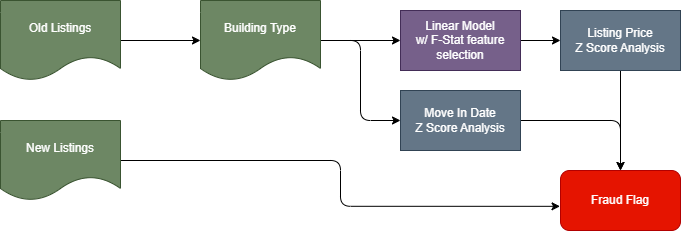
TheAdaptoid/2024-Ai4Good-Submission keeps this draw.io diagram as Utils/Process.png. Above is the earlier version. Source tidied: cells renumbered, new cells last; positions are measured from the earlier drawing's top-left corner, leaving out a move shared by most shapes. Its diagram source:
```xml
<mxGraphModel>
  <root>
    <mxCell id="0" />
    <mxCell id="1" parent="0" />
    <mxCell id="2" style="edgeStyle=orthogonalEdgeStyle;html=1;" parent="1" edge="1" source="3" target="6">
      <mxGeometry relative="1" as="geometry" />
    </mxCell>
    <mxCell id="3" value="Old Listings" style="shape=document;whiteSpace=wrap;html=1;boundedLbl=1;fillColor=#6d8764;strokeColor=#3A5431;fontColor=#ffffff;" parent="1" vertex="1">
      <mxGeometry width="120" height="80" as="geometry" />
    </mxCell>
    <mxCell id="4" style="edgeStyle=orthogonalEdgeStyle;html=1;entryX=0;entryY=0.5;entryDx=0;entryDy=0;" parent="1" edge="1" source="6" target="8">
      <mxGeometry relative="1" as="geometry" />
    </mxCell>
    <mxCell id="5" style="edgeStyle=orthogonalEdgeStyle;html=1;entryX=0;entryY=0.5;entryDx=0;entryDy=0;exitX=1;exitY=0.5;exitDx=0;exitDy=0;" parent="1" edge="1" source="6" target="12">
      <mxGeometry relative="1" as="geometry" />
    </mxCell>
    <mxCell id="6" value="Building Type" style="shape=document;whiteSpace=wrap;html=1;boundedLbl=1;fillColor=#6d8764;strokeColor=#3A5431;fontColor=#ffffff;" parent="1" vertex="1">
      <mxGeometry x="200" width="120" height="80" as="geometry" />
    </mxCell>
    <mxCell id="7" style="edgeStyle=orthogonalEdgeStyle;html=1;" parent="1" edge="1" source="8" target="10">
      <mxGeometry relative="1" as="geometry" />
    </mxCell>
    <mxCell id="8" value="Linear Model&lt;br&gt;w/ F-Stat feature selection" style="rounded=0;whiteSpace=wrap;html=1;fillColor=#76608a;fontColor=#ffffff;strokeColor=#432D57;" parent="1" vertex="1">
      <mxGeometry x="400" y="10" width="120" height="60" as="geometry" />
    </mxCell>
    <mxCell id="9" style="edgeStyle=orthogonalEdgeStyle;html=1;" parent="1" edge="1" source="10" target="13">
      <mxGeometry relative="1" as="geometry" />
    </mxCell>
    <mxCell id="10" value="Listing Price&lt;br&gt;Z Score Analysis" style="whiteSpace=wrap;html=1;rounded=0;fillColor=#647687;fontColor=#ffffff;strokeColor=#314354;" parent="1" vertex="1">
      <mxGeometry x="560" y="10" width="120" height="60" as="geometry" />
    </mxCell>
    <mxCell id="11" style="edgeStyle=orthogonalEdgeStyle;html=1;entryX=0.5;entryY=0;entryDx=0;entryDy=0;exitX=1;exitY=0.5;exitDx=0;exitDy=0;" parent="1" edge="1" source="12" target="13">
      <mxGeometry relative="1" as="geometry" />
    </mxCell>
    <mxCell id="12" value="Move In Date&lt;br&gt;Z Score Analysis" style="whiteSpace=wrap;html=1;fillColor=#647687;fontColor=#ffffff;strokeColor=#314354;" parent="1" vertex="1">
      <mxGeometry x="400" y="90" width="120" height="60" as="geometry" />
    </mxCell>
    <mxCell id="13" value="Fraud Flag" style="rounded=1;whiteSpace=wrap;html=1;fillColor=#e51400;fontColor=#ffffff;strokeColor=#B20000;" parent="1" vertex="1">
      <mxGeometry x="560" y="170" width="120" height="60" as="geometry" />
    </mxCell>
    <mxCell id="14" style="edgeStyle=orthogonalEdgeStyle;html=1;entryX=-0.004;entryY=0.597;entryDx=0;entryDy=0;entryPerimeter=0;" parent="1" edge="1" source="15" target="13">
      <mxGeometry relative="1" as="geometry" />
    </mxCell>
    <mxCell id="15" value="New Listings" style="shape=document;whiteSpace=wrap;html=1;boundedLbl=1;fillColor=#6d8764;strokeColor=#3A5431;fontColor=#ffffff;" parent="1" vertex="1">
      <mxGeometry y="120" width="120" height="80" as="geometry" />
    </mxCell>
  </root>
</mxGraphModel>
```
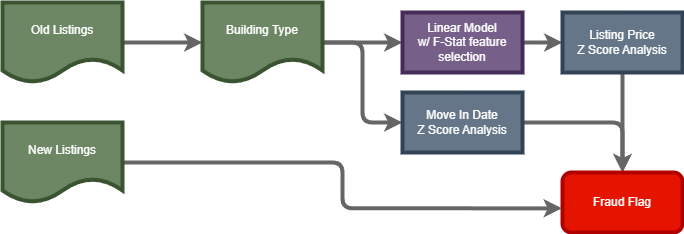
After the change.

Diff of the diagram source:
```diff
@@ -2,46 +2,46 @@
   <root>
     <mxCell id="0" />
     <mxCell id="1" parent="0" />
-    <mxCell id="2" style="edgeStyle=orthogonalEdgeStyle;html=1;" parent="1" edge="1" source="3" target="6">
+    <mxCell id="2" style="edgeStyle=orthogonalEdgeStyle;html=1;strokeWidth=4;fillColor=#f5f5f5;strokeColor=#666666;" parent="1" edge="1" source="3" target="6">
       <mxGeometry relative="1" as="geometry" />
     </mxCell>
-    <mxCell id="3" value="Old Listings" style="shape=document;whiteSpace=wrap;html=1;boundedLbl=1;fillColor=#6d8764;strokeColor=#3A5431;fontColor=#ffffff;" parent="1" vertex="1">
+    <mxCell id="3" value="Old Listings" style="shape=document;whiteSpace=wrap;html=1;boundedLbl=1;fillColor=#6d8764;strokeColor=#3A5431;fontColor=#ffffff;strokeWidth=4;" parent="1" vertex="1">
       <mxGeometry width="120" height="80" as="geometry" />
     </mxCell>
-    <mxCell id="4" style="edgeStyle=orthogonalEdgeStyle;html=1;entryX=0;entryY=0.5;entryDx=0;entryDy=0;" parent="1" edge="1" source="6" target="8">
+    <mxCell id="4" style="edgeStyle=orthogonalEdgeStyle;html=1;entryX=0;entryY=0.5;entryDx=0;entryDy=0;strokeWidth=4;fillColor=#f5f5f5;strokeColor=#666666;" parent="1" edge="1" source="6" target="8">
       <mxGeometry relative="1" as="geometry" />
     </mxCell>
-    <mxCell id="5" style="edgeStyle=orthogonalEdgeStyle;html=1;entryX=0;entryY=0.5;entryDx=0;entryDy=0;exitX=1;exitY=0.5;exitDx=0;exitDy=0;" parent="1" edge="1" source="6" target="12">
+    <mxCell id="5" style="edgeStyle=orthogonalEdgeStyle;html=1;entryX=0;entryY=0.5;entryDx=0;entryDy=0;exitX=1;exitY=0.5;exitDx=0;exitDy=0;strokeWidth=4;fillColor=#f5f5f5;strokeColor=#666666;" parent="1" edge="1" source="6" target="12">
       <mxGeometry relative="1" as="geometry" />
     </mxCell>
-    <mxCell id="6" value="Building Type" style="shape=document;whiteSpace=wrap;html=1;boundedLbl=1;fillColor=#6d8764;strokeColor=#3A5431;fontColor=#ffffff;" parent="1" vertex="1">
+    <mxCell id="6" value="Building Type" style="shape=document;whiteSpace=wrap;html=1;boundedLbl=1;fillColor=#6d8764;strokeColor=#3A5431;fontColor=#ffffff;strokeWidth=4;" parent="1" vertex="1">
       <mxGeometry x="200" width="120" height="80" as="geometry" />
     </mxCell>
-    <mxCell id="7" style="edgeStyle=orthogonalEdgeStyle;html=1;" parent="1" edge="1" source="8" target="10">
+    <mxCell id="7" style="edgeStyle=orthogonalEdgeStyle;html=1;strokeWidth=4;fillColor=#f5f5f5;strokeColor=#666666;" parent="1" edge="1" source="8" target="10">
       <mxGeometry relative="1" as="geometry" />
     </mxCell>
-    <mxCell id="8" value="Linear Model&lt;br&gt;w/ F-Stat feature selection" style="rounded=0;whiteSpace=wrap;html=1;fillColor=#76608a;fontColor=#ffffff;strokeColor=#432D57;" parent="1" vertex="1">
+    <mxCell id="8" value="Linear Model&lt;br&gt;w/ F-Stat feature selection" style="rounded=0;whiteSpace=wrap;html=1;fillColor=#76608a;fontColor=#ffffff;strokeColor=#432D57;strokeWidth=4;" parent="1" vertex="1">
       <mxGeometry x="400" y="10" width="120" height="60" as="geometry" />
     </mxCell>
-    <mxCell id="9" style="edgeStyle=orthogonalEdgeStyle;html=1;" parent="1" edge="1" source="10" target="13">
+    <mxCell id="9" style="edgeStyle=orthogonalEdgeStyle;html=1;strokeWidth=4;fillColor=#f5f5f5;strokeColor=#666666;" parent="1" edge="1" source="10" target="13">
       <mxGeometry relative="1" as="geometry" />
     </mxCell>
-    <mxCell id="10" value="Listing Price&lt;br&gt;Z Score Analysis" style="whiteSpace=wrap;html=1;rounded=0;fillColor=#647687;fontColor=#ffffff;strokeColor=#314354;" parent="1" vertex="1">
+    <mxCell id="10" value="Listing Price&lt;br&gt;Z Score Analysis" style="whiteSpace=wrap;html=1;rounded=0;fillColor=#647687;fontColor=#ffffff;strokeColor=#314354;strokeWidth=4;" parent="1" vertex="1">
       <mxGeometry x="560" y="10" width="120" height="60" as="geometry" />
     </mxCell>
-    <mxCell id="11" style="edgeStyle=orthogonalEdgeStyle;html=1;entryX=0.5;entryY=0;entryDx=0;entryDy=0;exitX=1;exitY=0.5;exitDx=0;exitDy=0;" parent="1" edge="1" source="12" target="13">
+    <mxCell id="11" style="edgeStyle=orthogonalEdgeStyle;html=1;entryX=0.5;entryY=0;entryDx=0;entryDy=0;exitX=1;exitY=0.5;exitDx=0;exitDy=0;strokeWidth=4;fillColor=#f5f5f5;strokeColor=#666666;" parent="1" edge="1" source="12" target="13">
       <mxGeometry relative="1" as="geometry" />
     </mxCell>
-    <mxCell id="12" value="Move In Date&lt;br&gt;Z Score Analysis" style="whiteSpace=wrap;html=1;fillColor=#647687;fontColor=#ffffff;strokeColor=#314354;" parent="1" vertex="1">
+    <mxCell id="12" value="Move In Date&lt;br&gt;Z Score Analysis" style="whiteSpace=wrap;html=1;fillColor=#647687;fontColor=#ffffff;strokeColor=#314354;strokeWidth=4;" parent="1" vertex="1">
       <mxGeometry x="400" y="90" width="120" height="60" as="geometry" />
     </mxCell>
-    <mxCell id="13" value="Fraud Flag" style="rounded=1;whiteSpace=wrap;html=1;fillColor=#e51400;fontColor=#ffffff;strokeColor=#B20000;" parent="1" vertex="1">
+    <mxCell id="13" value="Fraud Flag" style="rounded=1;whiteSpace=wrap;html=1;fillColor=#e51400;fontColor=#ffffff;strokeColor=#B20000;strokeWidth=4;" parent="1" vertex="1">
       <mxGeometry x="560" y="170" width="120" height="60" as="geometry" />
     </mxCell>
-    <mxCell id="14" style="edgeStyle=orthogonalEdgeStyle;html=1;entryX=-0.004;entryY=0.597;entryDx=0;entryDy=0;entryPerimeter=0;" parent="1" edge="1" source="15" target="13">
+    <mxCell id="14" style="edgeStyle=orthogonalEdgeStyle;html=1;entryX=-0.004;entryY=0.597;entryDx=0;entryDy=0;entryPerimeter=0;strokeWidth=4;fillColor=#f5f5f5;strokeColor=#666666;" parent="1" edge="1" source="15" target="13">
       <mxGeometry relative="1" as="geometry" />
     </mxCell>
-    <mxCell id="15" value="New Listings" style="shape=document;whiteSpace=wrap;html=1;boundedLbl=1;fillColor=#6d8764;strokeColor=#3A5431;fontColor=#ffffff;" parent="1" vertex="1">
+    <mxCell id="15" value="New Listings" style="shape=document;whiteSpace=wrap;html=1;boundedLbl=1;fillColor=#6d8764;strokeColor=#3A5431;fontColor=#ffffff;strokeWidth=4;" parent="1" vertex="1">
       <mxGeometry y="120" width="120" height="80" as="geometry" />
     </mxCell>
   </root>
```
